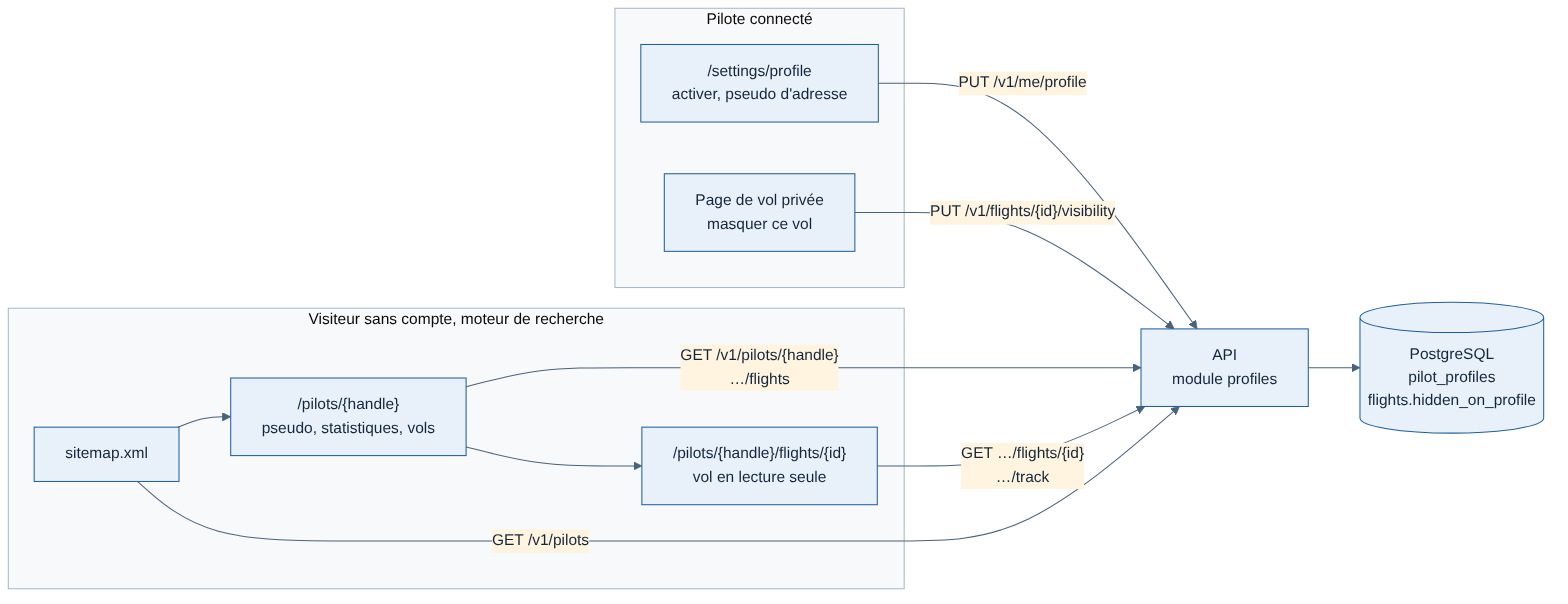
The Mermaid diagram docs/schemas/img/j4-profil-public.png in tetardo/weems, before a commit. Its source is kept beside it as docs/schemas/j4-profil-public.mmd. The source it was exported from:
```mermaid
flowchart LR
  subgraph PILOTE["Pilote connecté"]
    direction TB
    SET["/settings/profile<br/>activer, pseudo d'adresse"]
    HIDE["Page de vol privée<br/>masquer ce vol"]
  end
  subgraph VISITEUR["Visiteur sans compte, moteur de recherche"]
    direction TB
    PROF["/pilots/{handle}<br/>pseudo, statistiques, vols"]
    VOL["/pilots/{handle}/flights/{id}<br/>vol en lecture seule"]
    MAP["sitemap.xml"]
    PROF --> VOL
    MAP --> PROF
  end
  SET -- "PUT /v1/me/profile" --> API["API<br/>module profiles"]
  HIDE -- "PUT /v1/flights/{id}/visibility" --> API
  PROF -- "GET /v1/pilots/{handle}<br/>…/flights" --> API
  VOL -- "GET …/flights/{id}<br/>…/track" --> API
  MAP -- "GET /v1/pilots" --> API
  API --> DB[("PostgreSQL<br/>pilot_profiles<br/>flights.hidden_on_profile")]
```
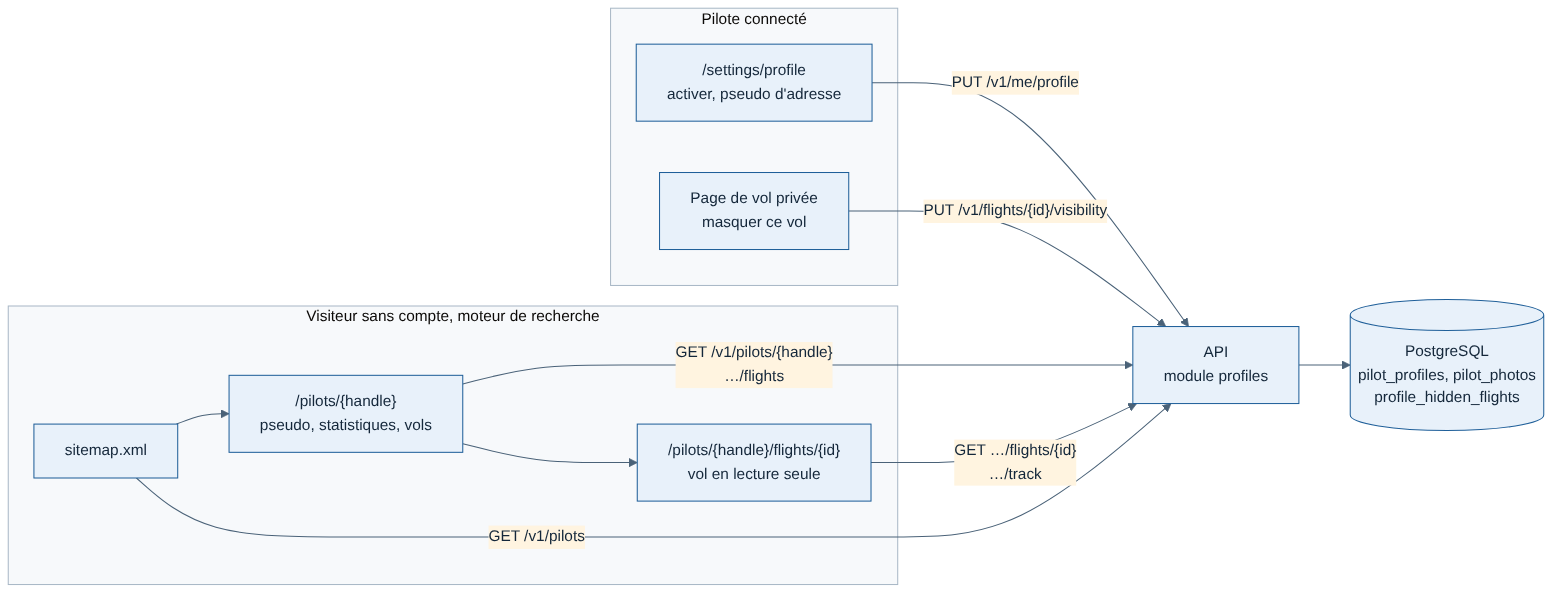
Later version of the same file.

Change to the diagram source:
```diff
@@ -17,4 +17,4 @@
   PROF -- "GET /v1/pilots/{handle}<br/>…/flights" --> API
   VOL -- "GET …/flights/{id}<br/>…/track" --> API
   MAP -- "GET /v1/pilots" --> API
-  API --> DB[("PostgreSQL<br/>pilot_profiles<br/>flights.hidden_on_profile")]
+  API --> DB[("PostgreSQL<br/>pilot_profiles, pilot_photos<br/>profile_hidden_flights")]
```
